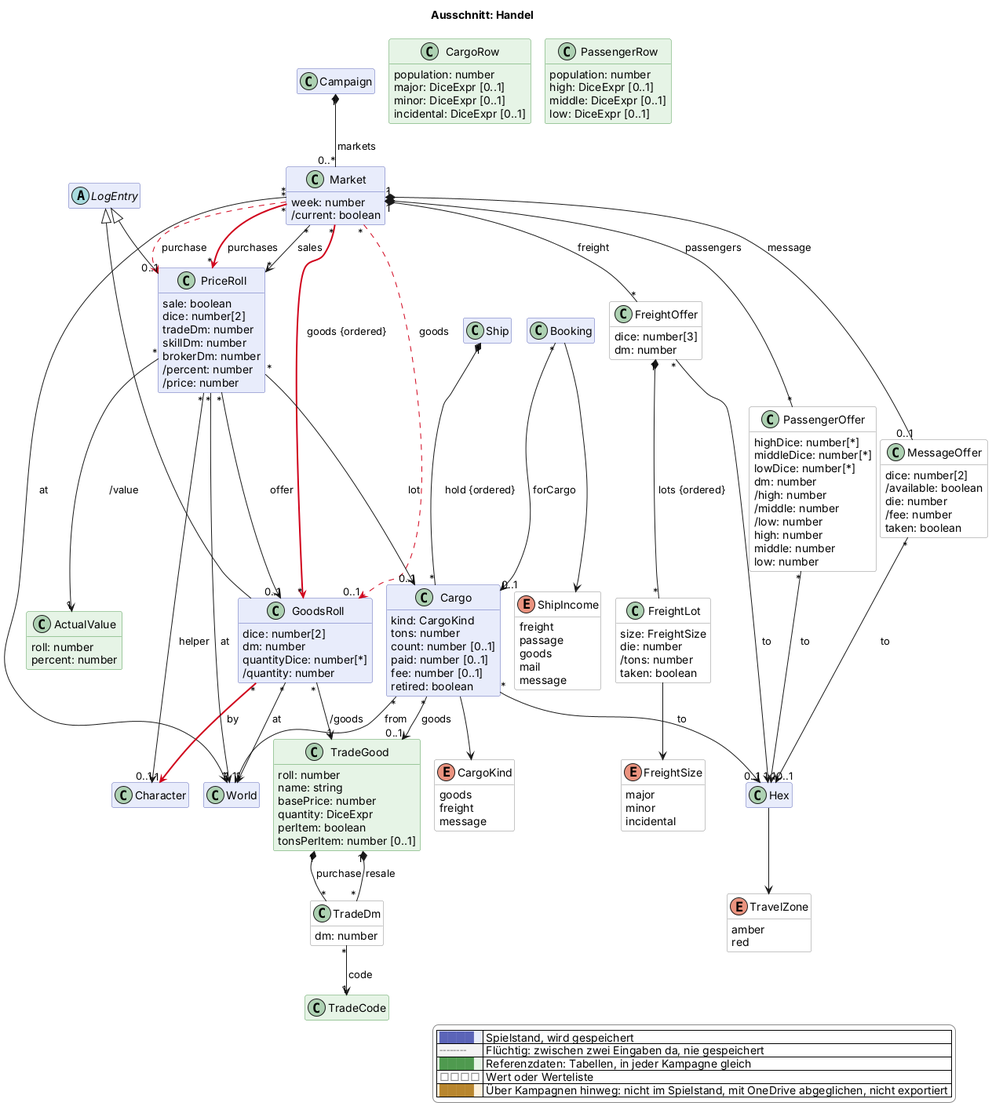
Above: docs/views/handel.png in scuzzar/SRE (PlantUML), before the change.
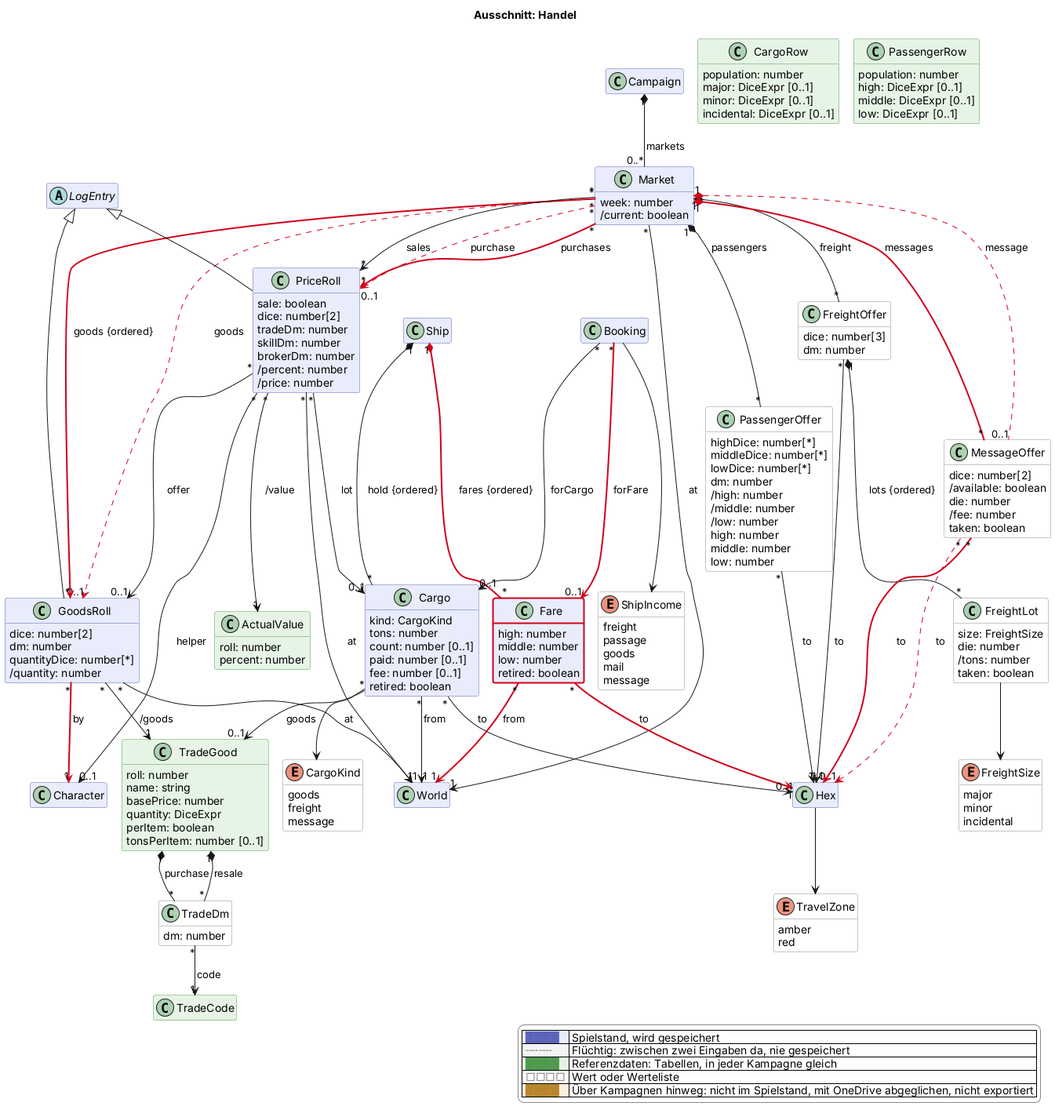
Above is the later version.

What changed in the source:
```diff
@@ -107,6 +107,12 @@
     freight
     message
   }
+  class Fare $handel $newClass("2026-11-27c") {
+    high: number
+    middle: number
+    low: number
+    retired: boolean
+  }
   class MessageOffer <<value>> $handel {
     dice: number[2]
     /available: boolean
@@ -207,8 +213,10 @@
 FreightOffer "1" *-- "*" FreightLot : lots {ordered}
 FreightLot --> FreightSize
 PassengerOffer "*" --> "1" Hex : to
-Market "1" *-- "0..1" MessageOffer : message
-MessageOffer "*" --> "0..1" Hex : to
+Market "1" *-$goneArrow("2026-11-27c")- "0..1" MessageOffer : message
+Market "1" *-$newArrow("2026-11-27c")- "*" MessageOffer : messages
+MessageOffer "*" -$goneArrow("2026-11-27c")-> "0..1" Hex : to
+MessageOffer "*" -$newArrow("2026-11-27c")-> "1" Hex : to
 LogEntry <|-- GoodsRoll
 LogEntry <|-- PriceRoll
 GoodsRoll "*" --> "1" World : at
@@ -220,6 +228,10 @@
 PriceRoll "*" --> "0..1" Character : helper
 PriceRoll "*" --> "1" ActualValue : /value
 Ship "1" *-- "*" Cargo : hold {ordered}
+Ship "1" *-$newArrow("2026-11-27c")- "*" Fare : fares {ordered}
+Fare "*" -$newArrow("2026-11-27c")-> "1" World : from
+Fare "*" -$newArrow("2026-11-27c")-> "1" Hex : to
+Booking "*" -$newArrow("2026-11-27c")-> "0..1" Fare : forFare
 Cargo --> CargoKind
 Cargo "*" --> "0..1" TradeGood : goods
 Cargo "*" --> "1" World : from
```
